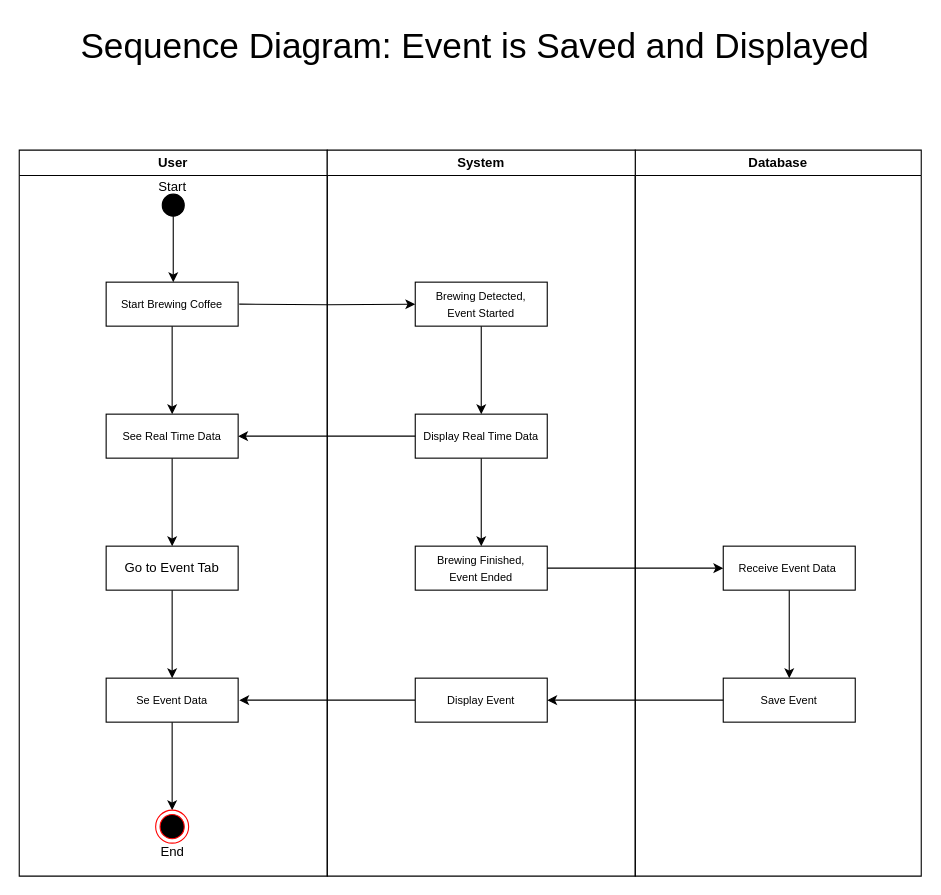
The draw.io diagram diagrams/Sequence_Diagram.drawio in martintara/kaffeknekt, before the edit. Source tidied: cells renumbered, new cells numbered last; positions are measured from the earlier drawing's top-left corner, leaving out a move shared by most shapes. Both pictures are drawn from the tidied source at 110%, with x=0, y=0 at pixel (19, 19).
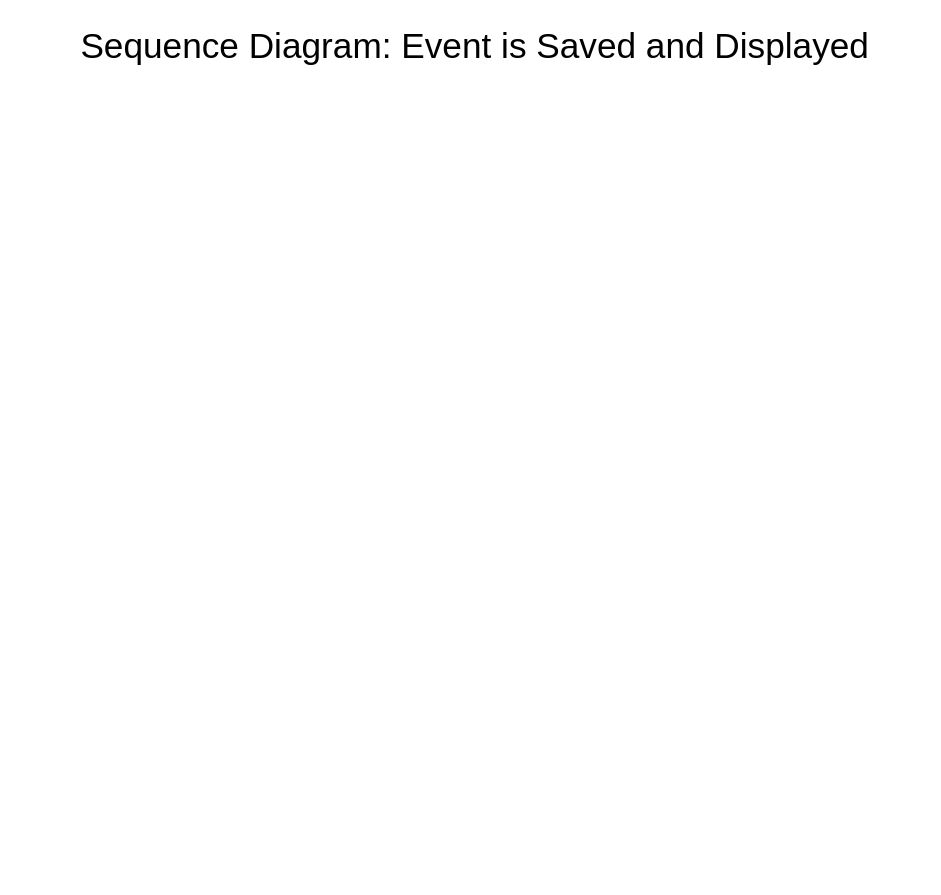
The same diagram, later.

Diff of the diagram source:
```diff
@@
-    <mxCell id="2" value="User" style="swimlane;whiteSpace=wrap;html=1;" parent="1" vertex="1">
-      <mxGeometry y="119" width="280" height="660" as="geometry" />
-    </mxCell>
-    <mxCell id="3" style="edgeStyle=orthogonalEdgeStyle;rounded=0;jettySize=auto;html=1;exitX=0.5;exitY=1;exitDx=0;exitDy=0;entryX=0.5;entryY=0;entryDx=0;entryDy=0;" parent="2" edge="1" source="4">
-      <mxGeometry relative="1" as="geometry">
-        <mxPoint x="140" y="120" as="targetPoint" />
-      </mxGeometry>
-    </mxCell>
-    <mxCell id="4" style="ellipse;whiteSpace=wrap;html=1;fillColor=#000000;" parent="2" vertex="1">
-      <mxGeometry x="130" y="40" width="20" height="20" as="geometry" />
-    </mxCell>
-    <mxCell id="5" style="edgeStyle=orthogonalEdgeStyle;rounded=0;jettySize=auto;html=1;exitX=0.5;exitY=1;exitDx=0;exitDy=0;entryX=0.5;entryY=0;entryDx=0;entryDy=0;" parent="2" edge="1" source="6" target="8">
-      <mxGeometry relative="1" as="geometry" />
-    </mxCell>
-    <mxCell id="6" value="&lt;font style=&quot;font-size: 10px;&quot;&gt;Start Brewing Coffee&lt;/font&gt;" style="rounded=0;whiteSpace=wrap;html=1;" parent="2" vertex="1">
-      <mxGeometry x="79" y="120" width="120" height="40" as="geometry" />
-    </mxCell>
-    <mxCell id="7" style="edgeStyle=orthogonalEdgeStyle;rounded=0;jettySize=auto;html=1;exitX=0.5;exitY=1;exitDx=0;exitDy=0;" parent="2" edge="1" source="8" target="10">
-      <mxGeometry relative="1" as="geometry" />
-    </mxCell>
-    <mxCell id="8" value="&lt;font style=&quot;font-size: 10px;&quot;&gt;See Real Time Data&lt;/font&gt;" style="rounded=0;whiteSpace=wrap;html=1;" parent="2" vertex="1">
-      <mxGeometry x="79" y="240" width="120" height="40" as="geometry" />
-    </mxCell>
-    <mxCell id="9" style="edgeStyle=orthogonalEdgeStyle;rounded=0;jettySize=auto;html=1;exitX=0.5;exitY=1;exitDx=0;exitDy=0;entryX=0.5;entryY=0;entryDx=0;entryDy=0;" parent="2" edge="1" source="10" target="12">
-      <mxGeometry relative="1" as="geometry" />
-    </mxCell>
-    <mxCell id="10" value="Go to Event Tab" style="rounded=0;whiteSpace=wrap;html=1;" parent="2" vertex="1">
-      <mxGeometry x="79" y="360" width="120" height="40" as="geometry" />
-    </mxCell>
-    <mxCell id="11" style="rounded=0;jettySize=auto;html=1;exitX=0.5;exitY=1;exitDx=0;exitDy=0;entryX=0.5;entryY=0;entryDx=0;entryDy=0;" parent="2" edge="1" source="12" target="13">
-      <mxGeometry relative="1" as="geometry" />
-    </mxCell>
-    <mxCell id="12" value="&lt;font style=&quot;font-size: 10px;&quot;&gt;Se Event Data&lt;/font&gt;" style="rounded=0;whiteSpace=wrap;html=1;" parent="2" vertex="1">
-      <mxGeometry x="79" y="480" width="120" height="40" as="geometry" />
-    </mxCell>
-    <mxCell id="13" style="ellipse;html=1;shape=endState;fillColor=#000000;strokeColor=#ff0000;" parent="2" vertex="1">
-      <mxGeometry x="124" y="600" width="30" height="30" as="geometry" />
-    </mxCell>
-    <mxCell id="14" value="Database" style="swimlane;whiteSpace=wrap;html=1;" parent="1" vertex="1">
-      <mxGeometry x="560" y="119" width="260" height="660" as="geometry" />
-    </mxCell>
-    <mxCell id="15" style="edgeStyle=orthogonalEdgeStyle;rounded=0;jettySize=auto;html=1;exitX=0.5;exitY=1;exitDx=0;exitDy=0;entryX=0.5;entryY=0;entryDx=0;entryDy=0;" parent="14" edge="1" source="16" target="17">
-      <mxGeometry relative="1" as="geometry" />
-    </mxCell>
-    <mxCell id="16" value="&lt;span style=&quot;font-size: 10px;&quot;&gt;Receive Event Data&amp;nbsp;&lt;/span&gt;" style="rounded=0;whiteSpace=wrap;html=1;" parent="14" vertex="1">
-      <mxGeometry x="80" y="360" width="120" height="40" as="geometry" />
-    </mxCell>
-    <mxCell id="17" value="&lt;span style=&quot;font-size: 10px;&quot;&gt;Save Event&lt;/span&gt;" style="rounded=0;whiteSpace=wrap;html=1;" parent="14" vertex="1">
-      <mxGeometry x="80" y="480" width="120" height="40" as="geometry" />
-    </mxCell>
-    <mxCell id="18" value="System" style="swimlane;whiteSpace=wrap;html=1;" parent="1" vertex="1">
-      <mxGeometry x="280" y="119" width="280" height="660" as="geometry" />
-    </mxCell>
-    <mxCell id="19" style="edgeStyle=orthogonalEdgeStyle;rounded=0;jettySize=auto;html=1;exitX=0.5;exitY=1;exitDx=0;exitDy=0;entryX=0.5;entryY=0;entryDx=0;entryDy=0;" parent="18" edge="1" source="20" target="22">
-      <mxGeometry relative="1" as="geometry" />
-    </mxCell>
-    <mxCell id="20" value="&lt;font style=&quot;font-size: 10px;&quot;&gt;Brewing Detected, &lt;br&gt;Event Started&lt;/font&gt;" style="rounded=0;whiteSpace=wrap;html=1;" parent="18" vertex="1">
-      <mxGeometry x="80" y="120" width="120" height="40" as="geometry" />
-    </mxCell>
-    <mxCell id="21" style="edgeStyle=orthogonalEdgeStyle;rounded=0;jettySize=auto;html=1;exitX=0.5;exitY=1;exitDx=0;exitDy=0;entryX=0.5;entryY=0;entryDx=0;entryDy=0;" parent="18" edge="1" source="22" target="23">
-      <mxGeometry relative="1" as="geometry" />
-    </mxCell>
-    <mxCell id="22" value="&lt;font style=&quot;font-size: 10px;&quot;&gt;Display Real Time Data&lt;/font&gt;" style="rounded=0;whiteSpace=wrap;html=1;" parent="18" vertex="1">
-      <mxGeometry x="80" y="240" width="120" height="40" as="geometry" />
-    </mxCell>
-    <mxCell id="23" value="&lt;span style=&quot;font-size: 10px;&quot;&gt;Brewing Finished, &lt;br&gt;Event Ended&lt;/span&gt;" style="rounded=0;whiteSpace=wrap;html=1;" parent="18" vertex="1">
-      <mxGeometry x="80" y="360" width="120" height="40" as="geometry" />
-    </mxCell>
-    <mxCell id="24" style="edgeStyle=orthogonalEdgeStyle;rounded=0;jettySize=auto;html=1;exitX=0;exitY=0.5;exitDx=0;exitDy=0;" parent="18" edge="1" source="25">
-      <mxGeometry relative="1" as="geometry">
-        <mxPoint x="-80" y="500" as="targetPoint" />
-      </mxGeometry>
-    </mxCell>
-    <mxCell id="25" value="&lt;span style=&quot;font-size: 10px;&quot;&gt;Display Event&lt;/span&gt;" style="rounded=0;whiteSpace=wrap;html=1;" parent="18" vertex="1">
-      <mxGeometry x="80" y="480" width="120" height="40" as="geometry" />
-    </mxCell>
-    <mxCell id="26" value="Start" style="text;html=1;align=center;verticalAlign=middle;strokeColor=none;fillColor=none;" parent="1" vertex="1">
-      <mxGeometry x="114" y="138" width="50" height="30" as="geometry" />
-    </mxCell>
-    <mxCell id="27" style="edgeStyle=orthogonalEdgeStyle;rounded=0;jettySize=auto;html=1;exitX=1;exitY=0.5;exitDx=0;exitDy=0;entryX=0;entryY=0.5;entryDx=0;entryDy=0;" parent="1" edge="1" target="20">
-      <mxGeometry relative="1" as="geometry">
-        <mxPoint x="200" y="259" as="sourcePoint" />
-      </mxGeometry>
-    </mxCell>
-    <mxCell id="28" style="edgeStyle=orthogonalEdgeStyle;rounded=0;jettySize=auto;html=1;exitX=0;exitY=0.5;exitDx=0;exitDy=0;entryX=1;entryY=0.5;entryDx=0;entryDy=0;" parent="1" edge="1" source="22" target="8">
-      <mxGeometry relative="1" as="geometry" />
-    </mxCell>
-    <mxCell id="29" style="rounded=0;jettySize=auto;html=1;exitX=1;exitY=0.5;exitDx=0;exitDy=0;entryX=0;entryY=0.5;entryDx=0;entryDy=0;" parent="1" edge="1" source="23" target="16">
-      <mxGeometry relative="1" as="geometry" />
-    </mxCell>
-    <mxCell id="30" style="edgeStyle=orthogonalEdgeStyle;rounded=0;jettySize=auto;html=1;exitX=0;exitY=0.5;exitDx=0;exitDy=0;entryX=1;entryY=0.5;entryDx=0;entryDy=0;" parent="1" edge="1" source="17" target="25">
-      <mxGeometry relative="1" as="geometry" />
-    </mxCell>
-    <mxCell id="31" value="End" style="text;html=1;align=center;verticalAlign=middle;strokeColor=none;fillColor=none;" parent="1" vertex="1">
-      <mxGeometry x="119" y="742" width="40" height="30" as="geometry" />
-    </mxCell>
```
